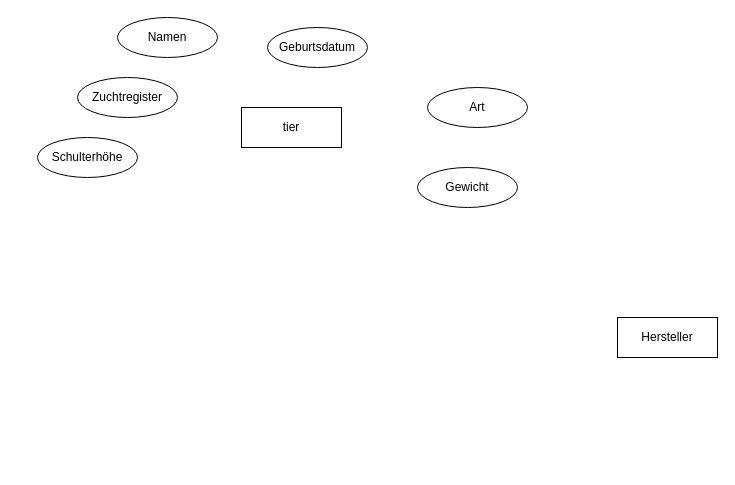
Above: Unbenanntes Diagramm.drawio in OliverDominikBorycki/Sew-git-demoprojekt (draw.io), before the change. Source tidied: cells renumbered, new cells numbered last; positions are measured from the earlier drawing's top-left corner, leaving out a move shared by most shapes. Both pictures are drawn from the tidied source at 100%, with x=0, y=0 at pixel (37, 17).
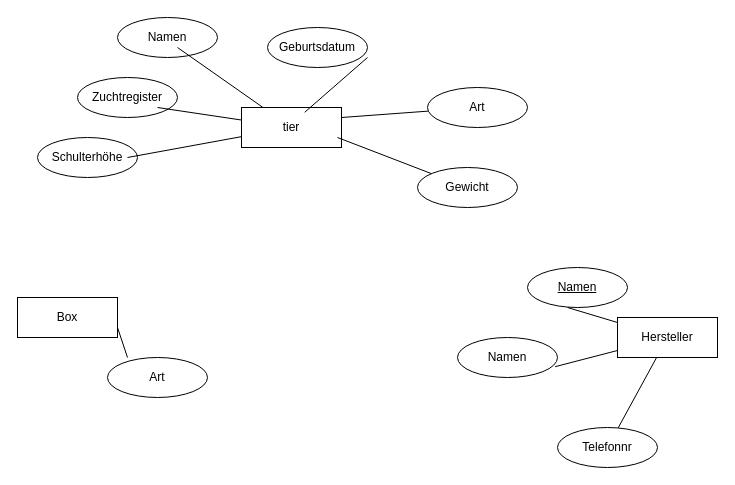
After the change.

Unchanged cells that the change refers to:
```xml
<mxCell id="2" value="tier" style="whiteSpace=wrap;html=1;align=center;" parent="1" vertex="1">
  <mxGeometry x="204" y="90" width="100" height="40" as="geometry" />
</mxCell>
<mxCell id="6" value="Art" style="ellipse;whiteSpace=wrap;html=1;align=center;" parent="1" vertex="1">
  <mxGeometry x="390" y="70" width="100" height="40" as="geometry" />
</mxCell>
<mxCell id="8" value="Gewicht" style="ellipse;whiteSpace=wrap;html=1;align=center;" parent="1" vertex="1">
  <mxGeometry x="380" y="150" width="100" height="40" as="geometry" />
</mxCell>
<mxCell id="9" value="Hersteller" style="whiteSpace=wrap;html=1;align=center;" parent="1" vertex="1">
  <mxGeometry x="580" y="300" width="100" height="40" as="geometry" />
</mxCell>
```

Change to the diagram source:
```diff
@@
+    <mxCell id="10" value="Namen" style="ellipse;whiteSpace=wrap;html=1;align=center;" parent="1" vertex="1">
+      <mxGeometry x="420" y="320" width="100" height="40" as="geometry" />
+    </mxCell>
+    <mxCell id="11" value="Namen" style="ellipse;whiteSpace=wrap;html=1;align=center;fontStyle=4;" parent="1" vertex="1">
+      <mxGeometry x="490" y="250" width="100" height="40" as="geometry" />
+    </mxCell>
+    <mxCell id="12" value="Telefonnr" style="ellipse;whiteSpace=wrap;html=1;align=center;" parent="1" vertex="1">
+      <mxGeometry x="520" y="410" width="100" height="40" as="geometry" />
+    </mxCell>
+    <mxCell id="13" value="Box" style="whiteSpace=wrap;html=1;align=center;" parent="1" vertex="1">
+      <mxGeometry x="-20" y="280" width="100" height="40" as="geometry" />
+    </mxCell>
+    <mxCell id="14" value="Art" style="ellipse;whiteSpace=wrap;html=1;align=center;" parent="1" vertex="1">
+      <mxGeometry x="70" y="340" width="100" height="40" as="geometry" />
+    </mxCell>
+    <mxCell id="15" style="endArrow=none;html=1;rounded=0;exitX=1;exitY=0.75;exitDx=0;exitDy=0;entryX=0.2;entryY=0;entryDx=0;entryDy=0;entryPerimeter=0;" parent="1" edge="1" source="13" target="14">
+      <mxGeometry relative="1" as="geometry" />
+    </mxCell>
+    <mxCell id="16" style="endArrow=none;html=1;rounded=0;" parent="1" edge="1" source="9">
+      <mxGeometry relative="1" as="geometry">
+        <mxPoint x="530" y="290" as="targetPoint" />
+      </mxGeometry>
+    </mxCell>
+    <mxCell id="17" style="endArrow=none;html=1;rounded=0;exitX=0.976;exitY=0.73;exitDx=0;exitDy=0;exitPerimeter=0;" parent="1" edge="1" source="10" target="9">
+      <mxGeometry relative="1" as="geometry" />
+    </mxCell>
+    <mxCell id="18" style="endArrow=none;html=1;rounded=0;" parent="1" edge="1" source="12" target="9">
+      <mxGeometry relative="1" as="geometry" />
+    </mxCell>
+    <mxCell id="19" style="endArrow=none;html=1;rounded=0;" parent="1" edge="1" target="2">
+      <mxGeometry relative="1" as="geometry">
+        <mxPoint x="90" y="140" as="sourcePoint" />
+      </mxGeometry>
+    </mxCell>
+    <mxCell id="20" style="endArrow=none;html=1;rounded=0;" parent="1" edge="1" target="2">
+      <mxGeometry relative="1" as="geometry">
+        <mxPoint x="120" y="90" as="sourcePoint" />
+      </mxGeometry>
+    </mxCell>
+    <mxCell id="21" style="endArrow=none;html=1;rounded=0;" parent="1" edge="1" target="2">
+      <mxGeometry relative="1" as="geometry">
+        <mxPoint x="140" y="30" as="sourcePoint" />
+      </mxGeometry>
+    </mxCell>
+    <mxCell id="22" style="endArrow=none;html=1;rounded=0;entryX=0.632;entryY=0.12;entryDx=0;entryDy=0;entryPerimeter=0;" parent="1" edge="1" target="2">
+      <mxGeometry relative="1" as="geometry">
+        <mxPoint x="330" y="40" as="sourcePoint" />
+      </mxGeometry>
+    </mxCell>
+    <mxCell id="23" style="endArrow=none;html=1;rounded=0;" parent="1" edge="1" target="6">
+      <mxGeometry relative="1" as="geometry">
+        <mxPoint x="304" y="100" as="sourcePoint" />
+      </mxGeometry>
+    </mxCell>
+    <mxCell id="24" style="endArrow=none;html=1;rounded=0;" parent="1" edge="1" target="8">
+      <mxGeometry relative="1" as="geometry">
+        <mxPoint x="300" y="120" as="sourcePoint" />
+      </mxGeometry>
+    </mxCell>
```
